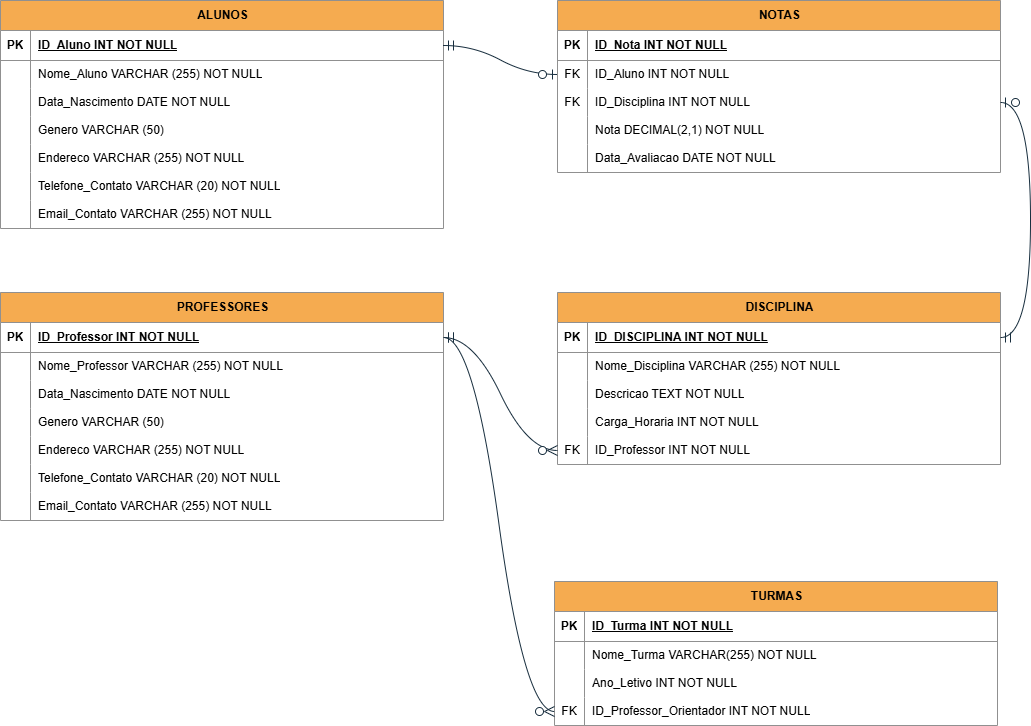
Before: Representations/tbl_lgc_keys.png, a diagram exported from draw.io (matheusvieger/Data_Collection_Storage). Source tidied: cells renumbered, new cells last; positions are measured from the earlier drawing's top-left corner, leaving out a move shared by most shapes.
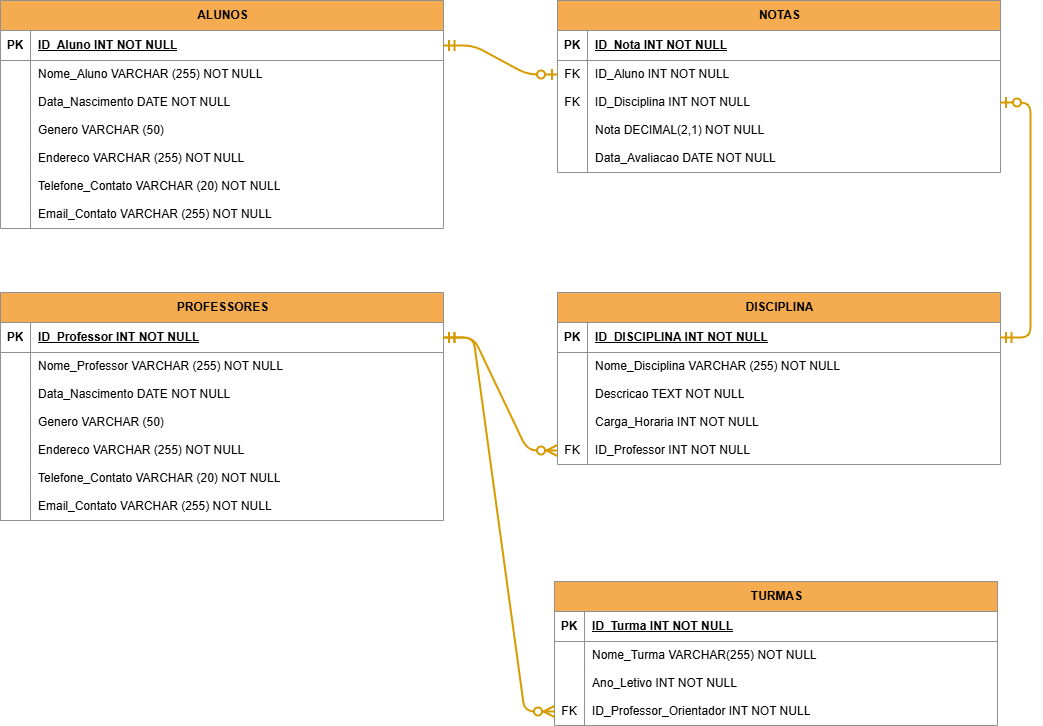
The same file after the commit.

Diff of the diagram source:
```diff
@@ -182,7 +182,7 @@
     <mxCell id="61" value="ID_Professor INT NOT NULL" style="shape=partialRectangle;fillColor=none;top=0;left=0;bottom=0;right=0;align=left;spacingLeft=6;overflow=hidden;whiteSpace=wrap;html=1;labelBackgroundColor=default;strokeColor=#909090;fontColor=#000000;rounded=0;labelBorderColor=none;" parent="59" vertex="1">
       <mxGeometry x="30" width="413" height="28" as="geometry" />
     </mxCell>
-    <mxCell id="62" style="edgeStyle=entityRelationEdgeStyle;fontSize=12;html=1;endArrow=ERzeroToMany;startArrow=ERmandOne;rounded=0;startSize=8;endSize=8;curved=1;exitX=1;exitY=0.5;exitDx=0;exitDy=0;entryX=0;entryY=0.5;entryDx=0;entryDy=0;labelBackgroundColor=default;strokeColor=#182E3E;fontColor=#000000;labelBorderColor=none;" parent="1" edge="1" source="25" target="59">
+    <mxCell id="62" style="edgeStyle=entityRelationEdgeStyle;fontSize=12;html=1;endArrow=ERzeroToMany;startArrow=ERmandOne;rounded=1;startSize=8;endSize=8;curved=0;exitX=1;exitY=0.5;exitDx=0;exitDy=0;entryX=0;entryY=0.5;entryDx=0;entryDy=0;labelBackgroundColor=default;strokeColor=#d79b00;fontColor=#000000;labelBorderColor=none;strokeWidth=2;fillColor=#ffcd28;gradientColor=#ffa500;" parent="1" edge="1" source="25" target="59">
       <mxGeometry relative="1" as="geometry">
         <Array as="points">
           <mxPoint x="534" y="508" />
@@ -277,13 +277,13 @@
     <mxCell id="91" value="ID_Professor_Orientador INT NOT NULL" style="shape=partialRectangle;fillColor=none;top=0;left=0;bottom=0;right=0;align=left;spacingLeft=6;overflow=hidden;whiteSpace=wrap;html=1;labelBackgroundColor=default;strokeColor=#909090;fontColor=#000000;rounded=0;labelBorderColor=none;" parent="89" vertex="1">
       <mxGeometry x="30" width="413" height="28" as="geometry" />
     </mxCell>
-    <mxCell id="92" style="edgeStyle=entityRelationEdgeStyle;fontSize=12;html=1;endArrow=ERzeroToMany;startArrow=ERmandOne;rounded=0;startSize=8;endSize=8;curved=1;exitX=1;exitY=0.5;exitDx=0;exitDy=0;entryX=0;entryY=0.5;entryDx=0;entryDy=0;labelBackgroundColor=default;strokeColor=#182E3E;fontColor=#000000;labelBorderColor=none;" parent="1" edge="1" source="25" target="89">
+    <mxCell id="92" style="edgeStyle=entityRelationEdgeStyle;fontSize=12;html=1;endArrow=ERzeroToMany;startArrow=ERmandOne;rounded=1;startSize=8;endSize=8;curved=0;exitX=1;exitY=0.5;exitDx=0;exitDy=0;entryX=0;entryY=0.5;entryDx=0;entryDy=0;labelBackgroundColor=default;strokeColor=#d79b00;fontColor=#000000;labelBorderColor=none;strokeWidth=2;fillColor=#ffcd28;gradientColor=#ffa500;" parent="1" edge="1" source="25" target="89">
       <mxGeometry relative="1" as="geometry" />
     </mxCell>
-    <mxCell id="93" style="edgeStyle=entityRelationEdgeStyle;fontSize=12;html=1;endArrow=ERzeroToOne;startArrow=ERmandOne;rounded=0;startSize=8;endSize=8;curved=1;exitX=1;exitY=0.5;exitDx=0;exitDy=0;entryX=0;entryY=0.5;entryDx=0;entryDy=0;labelBackgroundColor=default;strokeColor=#182E3E;fontColor=#000000;labelBorderColor=none;" parent="1" edge="1" source="3" target="67">
+    <mxCell id="93" style="edgeStyle=entityRelationEdgeStyle;fontSize=12;html=1;endArrow=ERzeroToOne;startArrow=ERmandOne;rounded=1;startSize=8;endSize=8;curved=0;exitX=1;exitY=0.5;exitDx=0;exitDy=0;entryX=0;entryY=0.5;entryDx=0;entryDy=0;labelBackgroundColor=default;fontColor=#000000;labelBorderColor=none;strokeWidth=2;fillColor=#ffcd28;gradientColor=#ffa500;strokeColor=#d79b00;" parent="1" edge="1" source="3" target="67">
       <mxGeometry relative="1" as="geometry" />
     </mxCell>
-    <mxCell id="94" style="edgeStyle=entityRelationEdgeStyle;fontSize=12;html=1;endArrow=ERzeroToOne;startArrow=ERmandOne;rounded=0;startSize=8;endSize=8;curved=1;exitX=1;exitY=0.5;exitDx=0;exitDy=0;entryX=1;entryY=0.5;entryDx=0;entryDy=0;labelBackgroundColor=default;strokeColor=#182E3E;fontColor=#000000;labelBorderColor=none;" parent="1" edge="1" source="47" target="70">
+    <mxCell id="94" style="edgeStyle=entityRelationEdgeStyle;fontSize=12;html=1;endArrow=ERzeroToOne;startArrow=ERmandOne;rounded=1;startSize=8;endSize=8;curved=0;exitX=1;exitY=0.5;exitDx=0;exitDy=0;entryX=1;entryY=0.5;entryDx=0;entryDy=0;labelBackgroundColor=default;fontColor=#000000;labelBorderColor=none;strokeWidth=2;fillColor=#ffcd28;strokeColor=#d79b00;gradientColor=#ffa500;" parent="1" edge="1" source="47" target="70">
       <mxGeometry relative="1" as="geometry" />
     </mxCell>
   </root>
```
